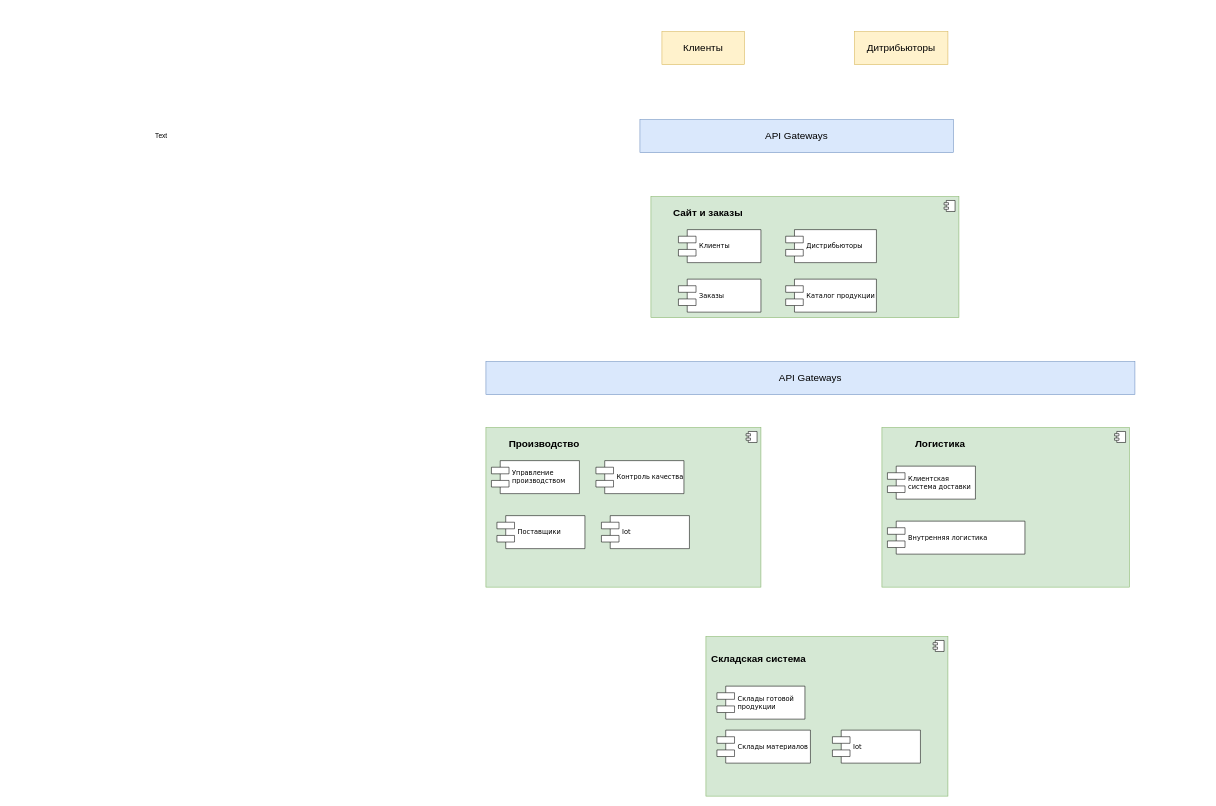
This is API Gateways.drawio from getitsoIved/examplesOfArtifacts, a draw.io file, before an edit. Source tidied: cells renumbered, new cells numbered last; positions are measured from the earlier drawing's top-left corner, leaving out a move shared by most shapes. Both pictures are drawn from the tidied source at 55%, with x=0, y=0 at pixel (145, 31).
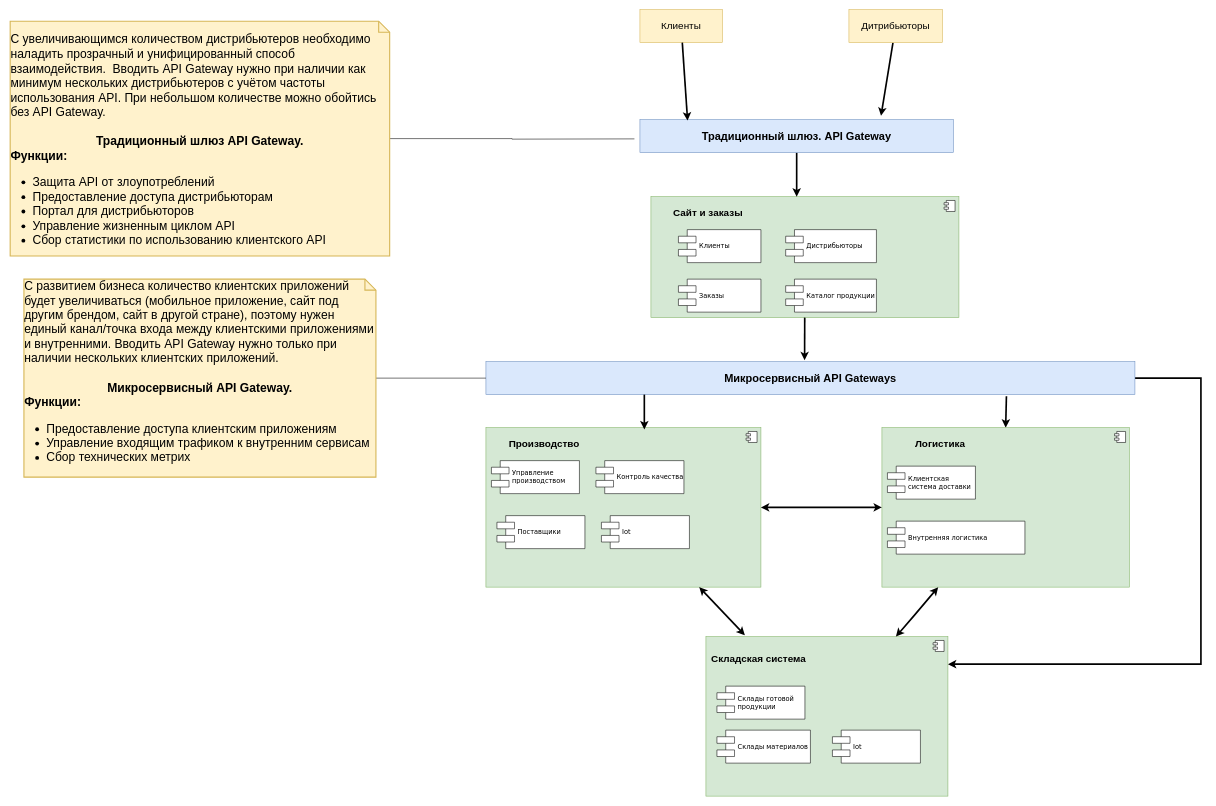
Above is the later version.

Unchanged cells that the change refers to:
```xml
<mxCell id="3" value="&lt;div style=&quot;font-size: 14px;&quot;&gt;&lt;div style=&quot;border-color: var(--border-color);&quot;&gt;&lt;br&gt;&lt;/div&gt;&lt;/div&gt;" style="html=1;whiteSpace=wrap;fillColor=#d5e8d4;strokeColor=#82b366;align=left;" parent="2" vertex="1">
  <mxGeometry width="560" height="220" as="geometry" />
</mxCell>
<mxCell id="15" style="html=1;whiteSpace=wrap;fillColor=#d5e8d4;strokeColor=#82b366;align=left;" parent="14" vertex="1">
  <mxGeometry width="500" height="290" as="geometry" />
</mxCell>
<mxCell id="23" value="&lt;div style=&quot;font-size: 14px;&quot;&gt;&lt;div style=&quot;border-color: var(--border-color);&quot;&gt;&lt;div style=&quot;border-color: var(--border-color);&quot;&gt;&lt;br&gt;&lt;/div&gt;&lt;/div&gt;&lt;/div&gt;" style="html=1;whiteSpace=wrap;fillColor=#d5e8d4;strokeColor=#82b366;align=left;" parent="22" vertex="1">
  <mxGeometry width="440" height="290" as="geometry" />
</mxCell>
<mxCell id="30" value="&lt;div style=&quot;font-size: 14px;&quot;&gt;&lt;div style=&quot;border-color: var(--border-color);&quot;&gt;&lt;div style=&quot;border-color: var(--border-color);&quot;&gt;&lt;div style=&quot;border-color: var(--border-color);&quot;&gt;&lt;br&gt;&lt;/div&gt;&lt;/div&gt;&lt;/div&gt;&lt;/div&gt;" style="html=1;whiteSpace=wrap;fillColor=#d5e8d4;strokeColor=#82b366;align=left;" parent="29" vertex="1">
  <mxGeometry width="450" height="290" as="geometry" />
</mxCell>
```

Diff of the diagram source:
```diff
@@
     <mxCell id="10" value="&lt;font style=&quot;font-size: 18px;&quot;&gt;Клиенты&lt;/font&gt;" style="rounded=0;whiteSpace=wrap;html=1;fillColor=#fff2cc;strokeColor=#d6b656;" parent="1" vertex="1">
-      <mxGeometry x="940" width="150" height="60" as="geometry" />
+      <mxGeometry x="900" y="-40" width="150" height="60" as="geometry" />
     </mxCell>
+    <mxCell id="36" style="rounded=0;jettySize=auto;html=1;strokeWidth=3;entryX=0.769;entryY=-0.114;entryDx=0;entryDy=0;entryPerimeter=0;" parent="1" edge="1" source="11" target="12">
+      <mxGeometry relative="1" as="geometry" />
+    </mxCell>
     <mxCell id="11" value="&lt;font style=&quot;font-size: 18px;&quot;&gt;Дитрибьюторы&lt;/font&gt;" style="rounded=0;whiteSpace=wrap;html=1;fillColor=#fff2cc;strokeColor=#d6b656;" parent="1" vertex="1">
-      <mxGeometry x="1290" width="170" height="60" as="geometry" />
+      <mxGeometry x="1280" y="-40" width="170" height="60" as="geometry" />
     </mxCell>
+    <mxCell id="37" style="edgeStyle=orthogonalEdgeStyle;rounded=0;jettySize=auto;html=1;strokeWidth=3;" parent="1" edge="1" source="12">
+      <mxGeometry relative="1" as="geometry">
+        <mxPoint x="1185" y="300" as="targetPoint" />
+      </mxGeometry>
+    </mxCell>
-    <mxCell id="12" value="&lt;font style=&quot;font-size: 18px;&quot;&gt;API Gateways&lt;/font&gt;" style="rounded=0;whiteSpace=wrap;html=1;fillColor=#dae8fc;strokeColor=#6c8ebf;" parent="1" vertex="1">
+    <mxCell id="12" value="&lt;font style=&quot;font-size: 20px;&quot;&gt;&lt;b&gt;Традиционный шлюз. API Gateway&lt;/b&gt;&lt;/font&gt;" style="rounded=0;whiteSpace=wrap;html=1;fillColor=#dae8fc;strokeColor=#6c8ebf;" parent="1" vertex="1">
       <mxGeometry x="900" y="160" width="570" height="60" as="geometry" />
     </mxCell>
+    <mxCell id="38" style="rounded=0;jettySize=auto;html=1;entryX=0.5;entryY=0;entryDx=0;entryDy=0;exitX=0.802;exitY=1.052;exitDx=0;exitDy=0;exitPerimeter=0;strokeWidth=3;" parent="1" edge="1" source="13" target="30">
+      <mxGeometry relative="1" as="geometry" />
+    </mxCell>
+    <mxCell id="39" style="edgeStyle=orthogonalEdgeStyle;rounded=0;jettySize=auto;html=1;strokeWidth=3;" parent="1" edge="1" source="13" target="23">
+      <mxGeometry relative="1" as="geometry">
+        <Array as="points">
+          <mxPoint x="1920" y="630" />
+          <mxPoint x="1920" y="1150" />
+        </Array>
+      </mxGeometry>
+    </mxCell>
-    <mxCell id="13" value="&lt;font style=&quot;font-size: 18px;&quot;&gt;API Gateways&lt;/font&gt;" style="rounded=0;whiteSpace=wrap;html=1;fillColor=#dae8fc;strokeColor=#6c8ebf;" parent="1" vertex="1">
+    <mxCell id="13" value="&lt;font style=&quot;font-size: 20px;&quot;&gt;&lt;b&gt;Микросервисный API Gateways&lt;/b&gt;&lt;/font&gt;" style="rounded=0;whiteSpace=wrap;html=1;fillColor=#dae8fc;strokeColor=#6c8ebf;" parent="1" vertex="1">
       <mxGeometry x="620" y="600" width="1180" height="60" as="geometry" />
     </mxCell>
@@
-    <mxCell id="35" value="Text" style="text;html=1;strokeColor=none;fillColor=none;align=center;verticalAlign=middle;whiteSpace=wrap;rounded=0;" parent="1" vertex="1">
-      <mxGeometry y="175" width="60" height="30" as="geometry" />
-    </mxCell>
+    <mxCell id="40" style="edgeStyle=orthogonalEdgeStyle;rounded=0;jettySize=auto;html=1;endArrow=none;endFill=0;" parent="1" edge="1" source="41">
+      <mxGeometry relative="1" as="geometry">
+        <mxPoint x="890" y="195" as="targetPoint" />
+      </mxGeometry>
+    </mxCell>
+    <mxCell id="41" value="&lt;div style=&quot;text-align: left;&quot;&gt;&lt;span style=&quot;font-size: 22px;&quot;&gt;&lt;br&gt;&lt;/span&gt;&lt;/div&gt;&lt;font color=&quot;#000000&quot; style=&quot;font-size: 22px;&quot;&gt;&lt;div style=&quot;text-align: left;&quot;&gt;&lt;span style=&quot;background-color: initial;&quot;&gt;С увеличивающимся количеством дистрибьютеров необходимо наладить прозрачный и унифицированный способ взаимодействия.&amp;nbsp; Вводить API Gateway нужно при наличии как минимум нескольких дистрибьютеров c учётом частоты использования API. При небольшом количестве можно обойтись без API Gateway.&amp;nbsp;&lt;/span&gt;&lt;/div&gt;&lt;b&gt;&lt;br&gt;Традиционный шлюз API Gateway.&lt;/b&gt;&lt;br&gt;&lt;div style=&quot;font-weight: bold; text-align: left;&quot;&gt;&lt;b style=&quot;background-color: initial;&quot;&gt;Функции:&amp;nbsp;&lt;/b&gt;&lt;/div&gt;&lt;div style=&quot;text-align: left;&quot;&gt;&lt;ul style=&quot;&quot;&gt;&lt;li style=&quot;border-color: var(--border-color);&quot;&gt;Защита API от злоупотреблений&amp;nbsp;&lt;/li&gt;&lt;li style=&quot;&quot;&gt;&lt;span style=&quot;background-color: initial;&quot;&gt;Предоставление доступа дистрибьюторам&lt;/span&gt;&lt;/li&gt;&lt;li style=&quot;&quot;&gt;Портал для дистрибьюторов&lt;/li&gt;&lt;li style=&quot;&quot;&gt;Управление жизненным циклом API&lt;/li&gt;&lt;li style=&quot;&quot;&gt;&lt;span style=&quot;background-color: initial;&quot;&gt;Сбор статистики по использованию клиентского API&lt;/span&gt;&lt;/li&gt;&lt;/ul&gt;&lt;/div&gt;&lt;/font&gt;" style="shape=note;strokeWidth=2;fontSize=14;size=20;whiteSpace=wrap;html=1;fillColor=#FFF2CC;strokeColor=#d6b656;" parent="1" vertex="1">
+      <mxGeometry x="-245" y="-19" width="690" height="427" as="geometry" />
+    </mxCell>
+    <mxCell id="42" style="rounded=0;jettySize=auto;html=1;entryX=0.161;entryY=-0.009;entryDx=0;entryDy=0;entryPerimeter=0;startArrow=classic;startFill=1;strokeWidth=3;" parent="1" edge="1" source="15" target="23">
+      <mxGeometry relative="1" as="geometry" />
+    </mxCell>
+    <mxCell id="43" style="edgeStyle=orthogonalEdgeStyle;rounded=0;jettySize=auto;html=1;startArrow=classic;startFill=1;strokeWidth=3;" parent="1" edge="1" source="15" target="30">
+      <mxGeometry relative="1" as="geometry" />
+    </mxCell>
+    <mxCell id="44" style="rounded=0;jettySize=auto;html=1;endArrow=classic;endFill=1;startArrow=classic;startFill=1;strokeWidth=3;" parent="1" edge="1" source="23" target="30">
+      <mxGeometry relative="1" as="geometry">
+        <Array as="points">
+          <mxPoint x="1400" y="1060" />
+        </Array>
+      </mxGeometry>
+    </mxCell>
+    <mxCell id="45" style="rounded=0;jettySize=auto;html=1;entryX=0;entryY=0.5;entryDx=0;entryDy=0;endArrow=none;endFill=0;" parent="1" edge="1" source="46" target="13">
+      <mxGeometry relative="1" as="geometry" />
+    </mxCell>
+    <mxCell id="46" value="&lt;div style=&quot;text-align: left;&quot;&gt;&lt;span style=&quot;font-size: 22px; background-color: initial;&quot;&gt;С развитием бизнеса количество клиентских приложений будет увеличиваться (мобильное приложение, сайт под другим брендом, сайт в другой стране), поэтому нужен единый канал/точка входа между клиентскими приложениями и внутренними.&lt;/span&gt;&lt;b style=&quot;font-size: 22px; background-color: initial;&quot;&gt;&amp;nbsp;&lt;/b&gt;&lt;span style=&quot;font-size: 22px; background-color: initial;&quot;&gt;Вводить API Gateway нужно только при наличии нескольких клиентских приложений.&amp;nbsp; &lt;/span&gt;&lt;b style=&quot;font-size: 22px; background-color: initial;&quot;&gt;&amp;nbsp; &amp;nbsp;&lt;/b&gt;&lt;/div&gt;&lt;font color=&quot;#000000&quot; style=&quot;font-size: 22px;&quot;&gt;&lt;b&gt;&lt;br&gt;Микросервисный API Gateway.&lt;/b&gt;&lt;br&gt;&lt;div style=&quot;font-weight: bold; text-align: left;&quot;&gt;&lt;b style=&quot;background-color: initial;&quot;&gt;Функции:&amp;nbsp;&lt;/b&gt;&lt;/div&gt;&lt;div style=&quot;text-align: left;&quot;&gt;&lt;ul style=&quot;&quot;&gt;&lt;li style=&quot;&quot;&gt;&lt;span style=&quot;background-color: initial;&quot;&gt;Предоставление доступа клиентским приложениям&lt;/span&gt;&lt;/li&gt;&lt;li style=&quot;&quot;&gt;Управление входящим трафиком к внутренним сервисам&lt;/li&gt;&lt;li style=&quot;&quot;&gt;Сбор технических метрих&amp;nbsp;&lt;/li&gt;&lt;/ul&gt;&lt;/div&gt;&lt;/font&gt;" style="shape=note;strokeWidth=2;fontSize=14;size=20;whiteSpace=wrap;html=1;fillColor=#FFF2CC;strokeColor=#d6b656;" parent="1" vertex="1">
+      <mxGeometry x="-220" y="450" width="640" height="360" as="geometry" />
+    </mxCell>
+    <mxCell id="47" style="rounded=0;jettySize=auto;html=1;entryX=0.152;entryY=0.029;entryDx=0;entryDy=0;entryPerimeter=0;strokeWidth=3;" parent="1" edge="1" source="10" target="12">
+      <mxGeometry relative="1" as="geometry" />
+    </mxCell>
+    <mxCell id="48" style="rounded=0;jettySize=auto;html=1;entryX=0.491;entryY=-0.043;entryDx=0;entryDy=0;entryPerimeter=0;strokeWidth=3;" parent="1" edge="1" source="3" target="13">
+      <mxGeometry relative="1" as="geometry" />
+    </mxCell>
+    <mxCell id="49" style="edgeStyle=orthogonalEdgeStyle;rounded=0;jettySize=auto;html=1;entryX=0.576;entryY=0.011;entryDx=0;entryDy=0;entryPerimeter=0;strokeWidth=3;" parent="1" edge="1" source="13" target="15">
+      <mxGeometry relative="1" as="geometry">
+        <Array as="points">
+          <mxPoint x="908" y="670" />
+          <mxPoint x="908" y="670" />
+        </Array>
+      </mxGeometry>
+    </mxCell>
```
